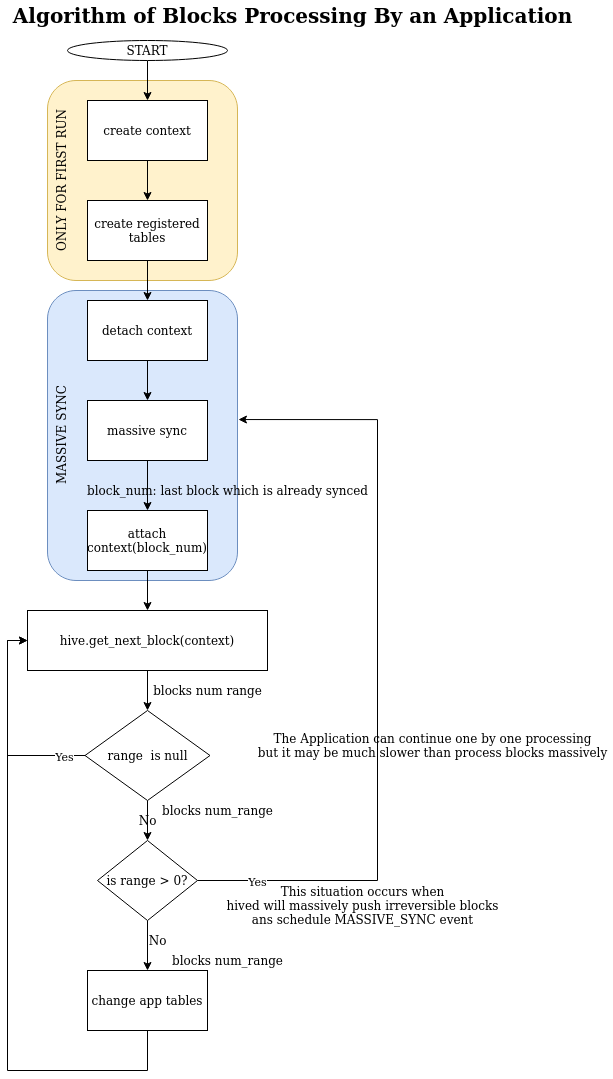
This is src/hive_fork/doc/evq_app_process_block.png from openhive-network/HAfAH, a draw.io export, as it was before one commit. Source tidied: cells renumbered, new cells last; positions are measured from the earlier drawing's top-left corner, leaving out a move shared by most shapes.
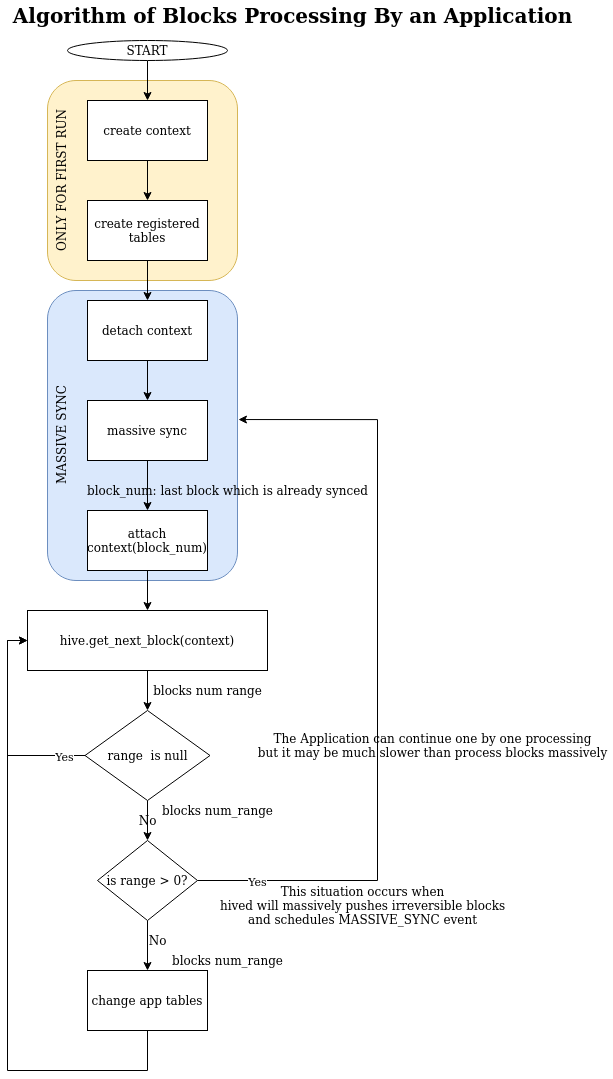
After the change.

Commit message:
MASSIVE_SYNC event tested

Diff of the diagram source:
```diff
@@ -117,8 +117,8 @@
     <mxCell id="35" value="blocks num_range" style="text;html=1;align=center;verticalAlign=middle;strokeColor=none;" parent="1" vertex="1">
       <mxGeometry x="155" y="950" width="130" height="20" as="geometry" />
     </mxCell>
-    <mxCell id="36" value="&lt;div&gt;This situation occurs when&lt;/div&gt;&lt;div&gt;hived will massively push irreversible blocks &lt;br&gt;&lt;/div&gt;&lt;div&gt;ans schedule MASSIVE_SYNC event&lt;br&gt;&lt;/div&gt;" style="text;html=1;align=center;verticalAlign=middle;strokeColor=none;" parent="1" vertex="1">
-      <mxGeometry x="210" y="880" width="290" height="50" as="geometry" />
+    <mxCell id="36" value="&lt;div&gt;This situation occurs when&lt;/div&gt;&lt;div&gt;hived will massively pushes irreversible blocks &lt;br&gt;&lt;/div&gt;&lt;div&gt;and schedules MASSIVE_SYNC event&lt;br&gt;&lt;/div&gt;" style="text;html=1;align=center;verticalAlign=middle;strokeColor=none;" parent="1" vertex="1">
+      <mxGeometry x="205" y="880" width="300" height="50" as="geometry" />
     </mxCell>
   </root>
 </mxGraphModel>
```
